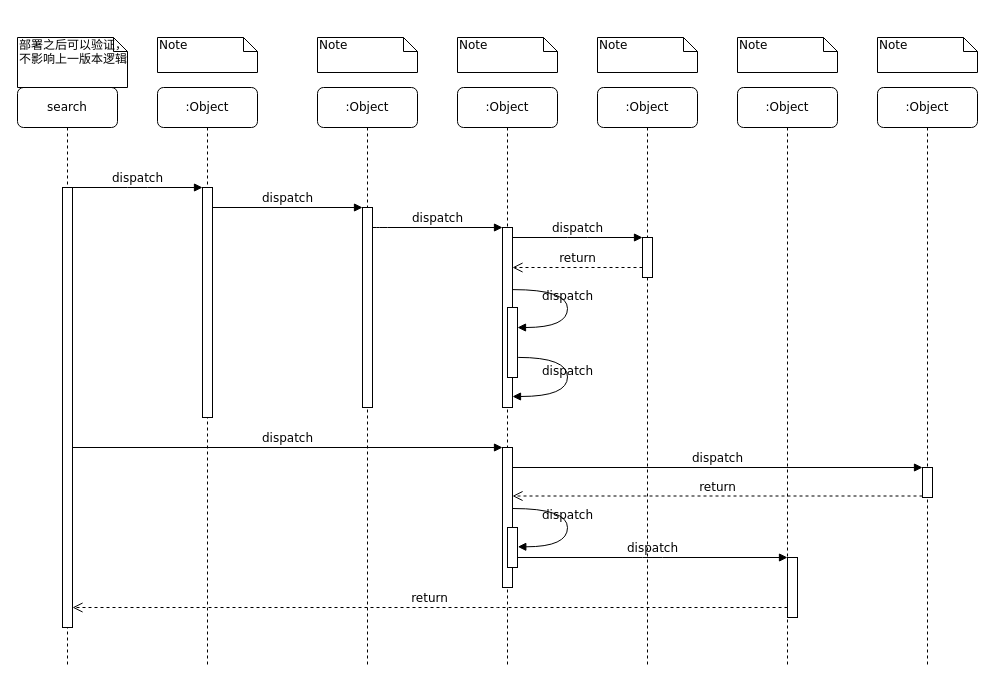
Above: Untitled Diagram.drawio in cechaodeng/drawio (draw.io), before the change. Source tidied: cells renumbered, new cells numbered last; positions are measured from the earlier drawing's top-left corner, leaving out a move shared by most shapes. Both pictures are drawn from the tidied source at 100%, with x=0, y=0 at pixel (17, 37).
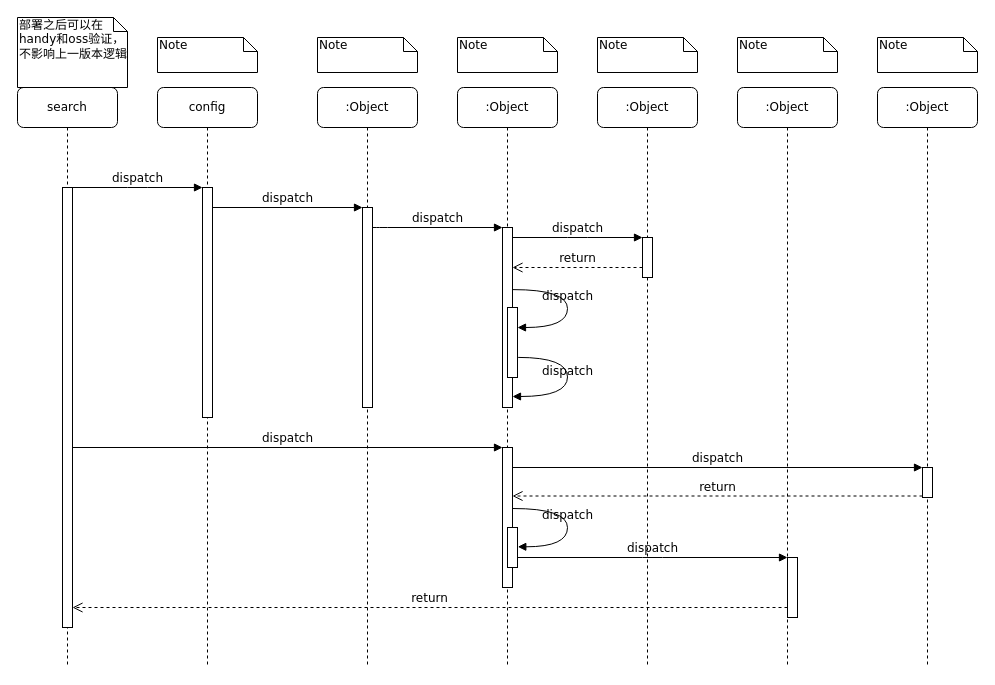
The same page after the edit.

What changed in the source:
```diff
@@
-    <mxCell id="2" value=":Object" style="shape=umlLifeline;perimeter=lifelinePerimeter;whiteSpace=wrap;html=1;rounded=1;shadow=0;comic=0;labelBackgroundColor=none;strokeColor=#000000;strokeWidth=1;fillColor=#FFFFFF;fontFamily=Verdana;fontSize=12;fontColor=#000000;align=center;" parent="1" vertex="1">
+    <mxCell id="2" value="config" style="shape=umlLifeline;perimeter=lifelinePerimeter;whiteSpace=wrap;html=1;rounded=1;shadow=0;comic=0;labelBackgroundColor=none;strokeColor=#000000;strokeWidth=1;fillColor=#FFFFFF;fontFamily=Verdana;fontSize=12;fontColor=#000000;align=center;" parent="1" vertex="1">
       <mxGeometry x="140" y="50" width="100" height="580" as="geometry" />
     </mxCell>
@@
-    <mxCell id="32" value="部署之后可以验证，不影响上一版本逻辑&lt;br&gt;" style="shape=note;whiteSpace=wrap;html=1;size=14;verticalAlign=top;align=left;spacingTop=-6;rounded=0;shadow=0;comic=0;labelBackgroundColor=none;strokeColor=#000000;strokeWidth=1;fillColor=#FFFFFF;fontFamily=Verdana;fontSize=12;fontColor=#000000;" parent="1" vertex="1">
-      <mxGeometry width="110" height="50" as="geometry" />
+    <mxCell id="32" value="部署之后可以在handy和oss验证，不影响上一版本逻辑&lt;br&gt;" style="shape=note;whiteSpace=wrap;html=1;size=14;verticalAlign=top;align=left;spacingTop=-6;rounded=0;shadow=0;comic=0;labelBackgroundColor=none;strokeColor=#000000;strokeWidth=1;fillColor=#FFFFFF;fontFamily=Verdana;fontSize=12;fontColor=#000000;" parent="1" vertex="1">
+      <mxGeometry y="-20" width="110" height="70" as="geometry" />
     </mxCell>
```
